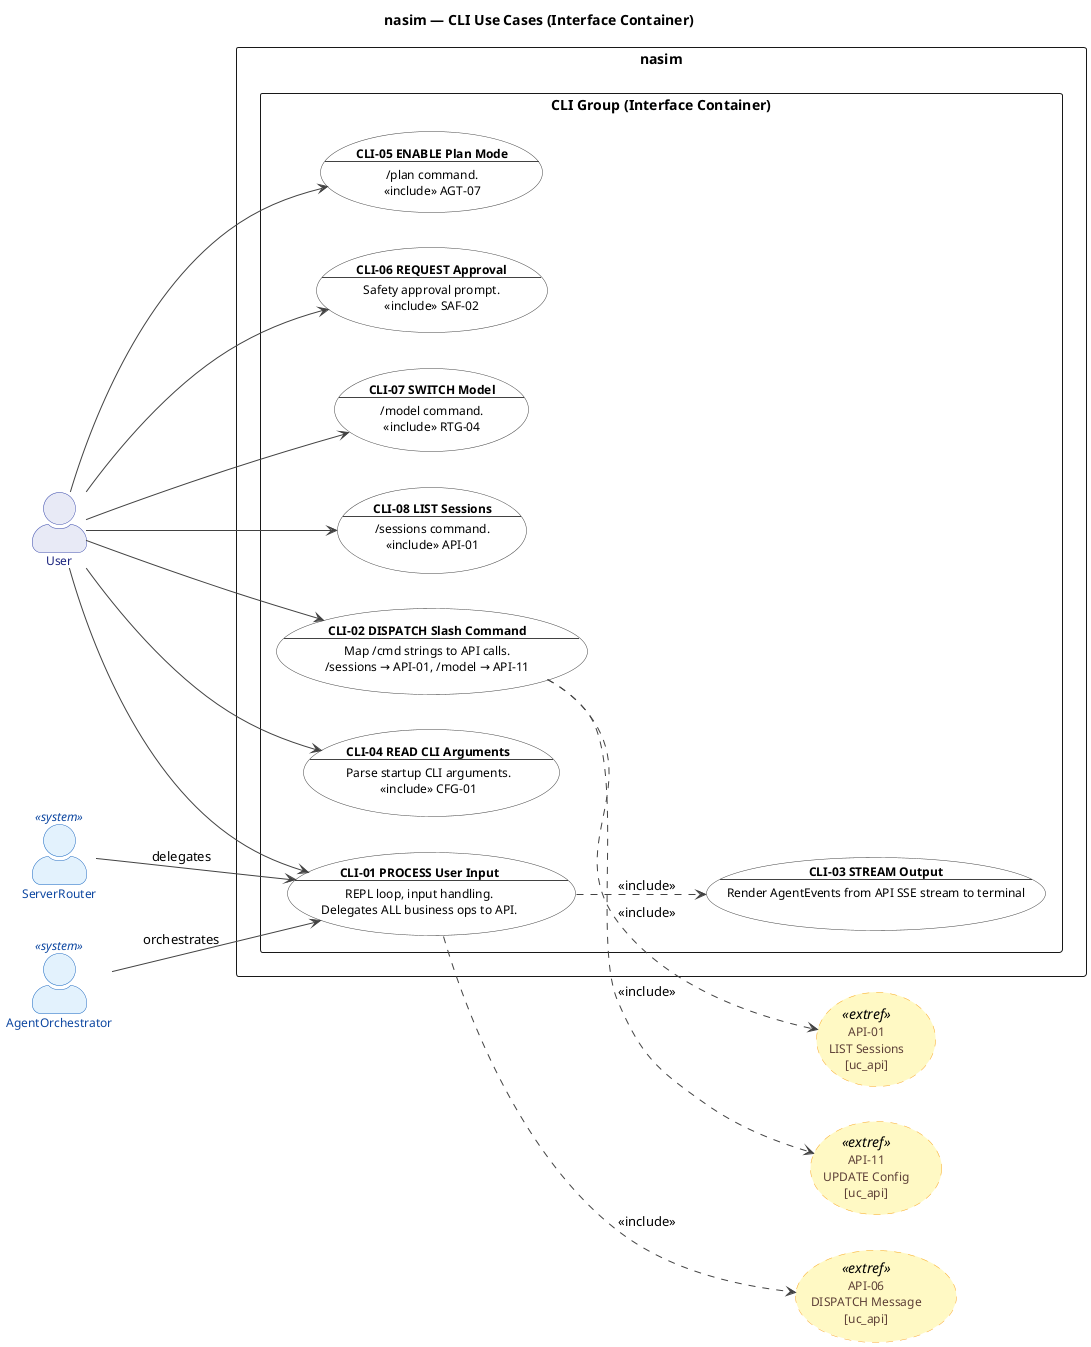
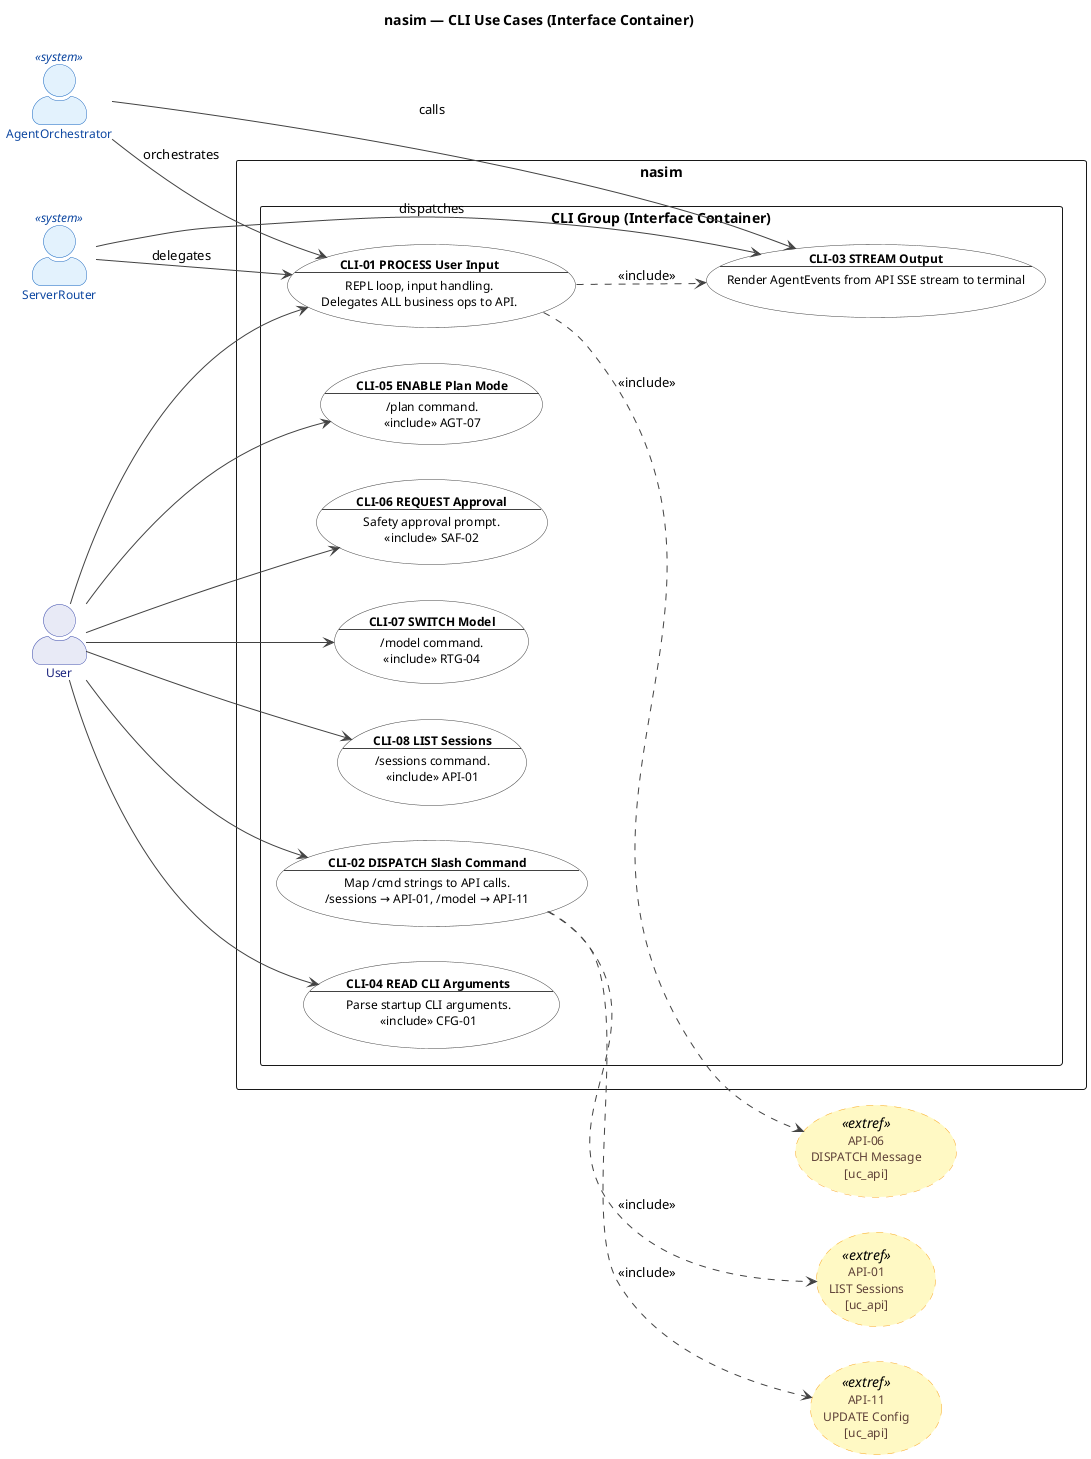
@startuml uc_cli


' ============================================================
' Title:     nasim — UC: CLI Group (Interface Container)
' Group:     CLI (CLI Interface)
' Boundary:  nasim code agent
' Purpose:   CLI-specific interface UCs: REPL, slash commands, rendering.
'            ALL business operations delegate to API (ServerRouter).
'            Entry chain: User → ServerRouter → AgentOrchestrator
' Milestone: v1.0
' Version:   9.1.0
' Source:    docs/ENTITIES.md, docs/UC/README.md
' Review:    CAR refinement loop 2026-06-27
' SQ:        sq_cli01..sq_cli08
' ============================================================


left to right direction


title nasim — CLI Use Cases (Interface Container)


skinparam actorStyle awesome
skinparam packageStyle rectangle


skinparam usecase {
  BackgroundColor #FFFFFF
  BorderColor #424242
  FontColor #000000
  ArrowColor #424242
  FontSize 12
}


skinparam actor {
  BackgroundColor #E8EAF6
  BorderColor #3949AB
  FontColor #1A237E
  FontSize 12
}


skinparam actor<<system>> {
  BackgroundColor #E3F2FD
  BorderColor #1565C0
  FontColor #0D47A1
}


skinparam usecase<<extref>> {
  BackgroundColor #FFF9C4
  BorderColor #F9A825
  FontColor #5D4037
  BorderStyle dashed
}


' ------------------------------------------------------------
' Actors
' ------------------------------------------------------------


actor "User" as User
actor "ServerRouter" as Router <<system>>
actor "AgentOrchestrator" as Agent <<system>>




' ------------------------------------------------------------
' Cross-Group External References
' ------------------------------------------------------------


usecase "API-01\nLIST Sessions\n[uc_api]" as API01_ext <<extref>>
usecase "API-06\nDISPATCH Message\n[uc_api]" as API06_ext <<extref>>
usecase "API-11\nUPDATE Config\n[uc_api]" as API11_ext <<extref>>


' ------------------------------------------------------------
' System Boundary
' ------------------------------------------------------------


rectangle "nasim" {
  package "CLI Group (Interface Container)" {
    usecase "**CLI-01 PROCESS User Input**\n--\nREPL loop, input handling.\nDelegates ALL business ops to API." as CLI01
    usecase "**CLI-02 DISPATCH Slash Command**\n--\nMap /cmd strings to API calls.\n/sessions → API-01, /model → API-11" as CLI02
    usecase "**CLI-03 STREAM Output**\n--\nRender AgentEvents from API SSE stream to terminal" as CLI03
    usecase "**CLI-04 READ CLI Arguments**\n--\nParse startup CLI arguments.\n<<include>> CFG-01" as CLI04
    usecase "**CLI-05 ENABLE Plan Mode**\n--\n/plan command.\n<<include>> AGT-07" as CLI05
    usecase "**CLI-06 REQUEST Approval**\n--\nSafety approval prompt.\n<<include>> SAF-02" as CLI06
    usecase "**CLI-07 SWITCH Model**\n--\n/model command.\n<<include>> RTG-04" as CLI07
    usecase "**CLI-08 LIST Sessions**\n--\n/sessions command.\n<<include>> API-01" as CLI08
  }
}


' ------------------------------------------------------------
' Actor -> Use Case Associations
' ------------------------------------------------------------


User --> CLI01
User --> CLI02
User --> CLI04
User --> CLI05
User --> CLI06
User --> CLI07
User --> CLI08


Router --> CLI01 : delegates
- 
+ Router --> CLI03 : dispatches

Agent --> CLI01 : orchestrates
+ Agent --> CLI03 : calls


' ------------------------------------------------------------
' Relationships (downward <<include>> only)
' ------------------------------------------------------------


CLI01 ..> CLI03 : <<include>>
CLI01 ..> API06_ext : <<include>>
CLI02 ..> API01_ext : <<include>>
CLI02 ..> API11_ext : <<include>>




@enduml
